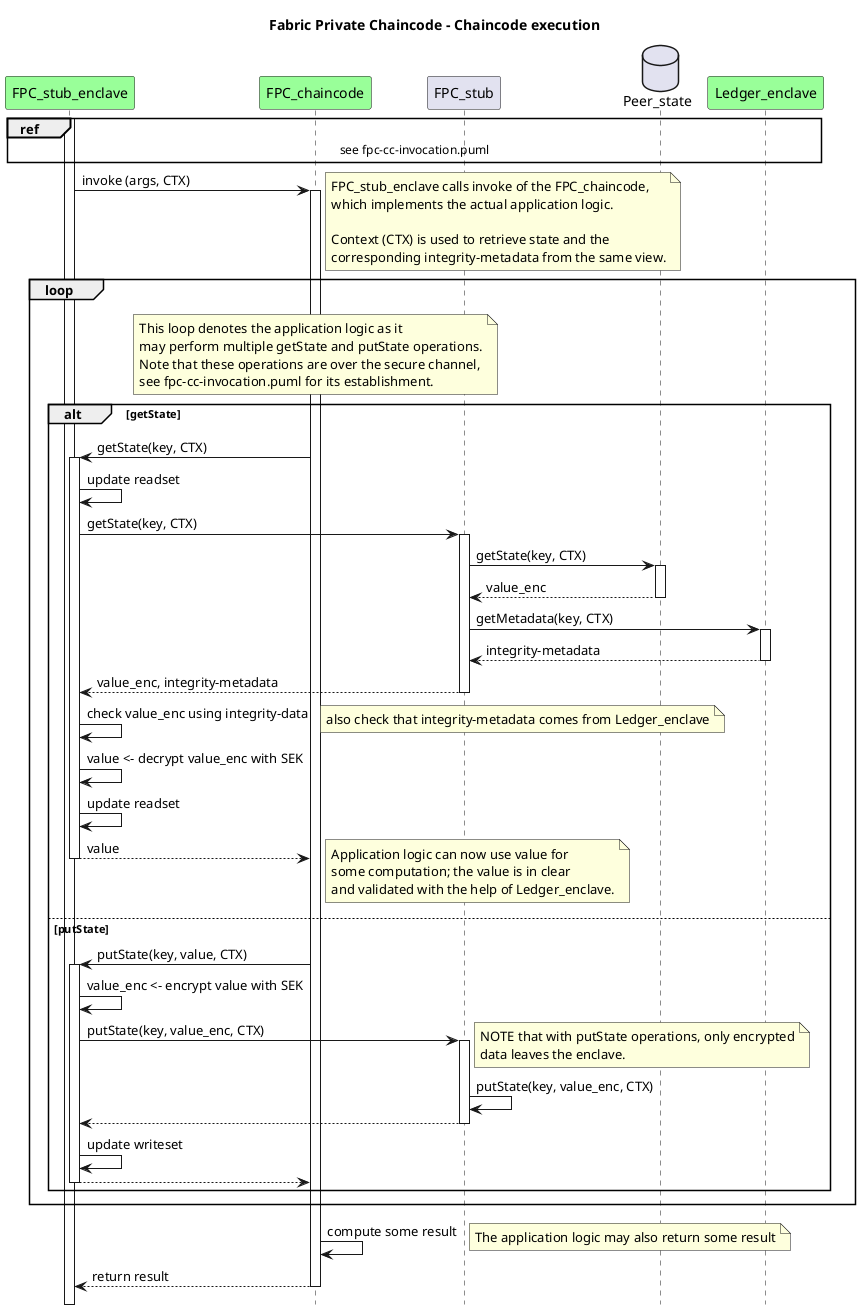
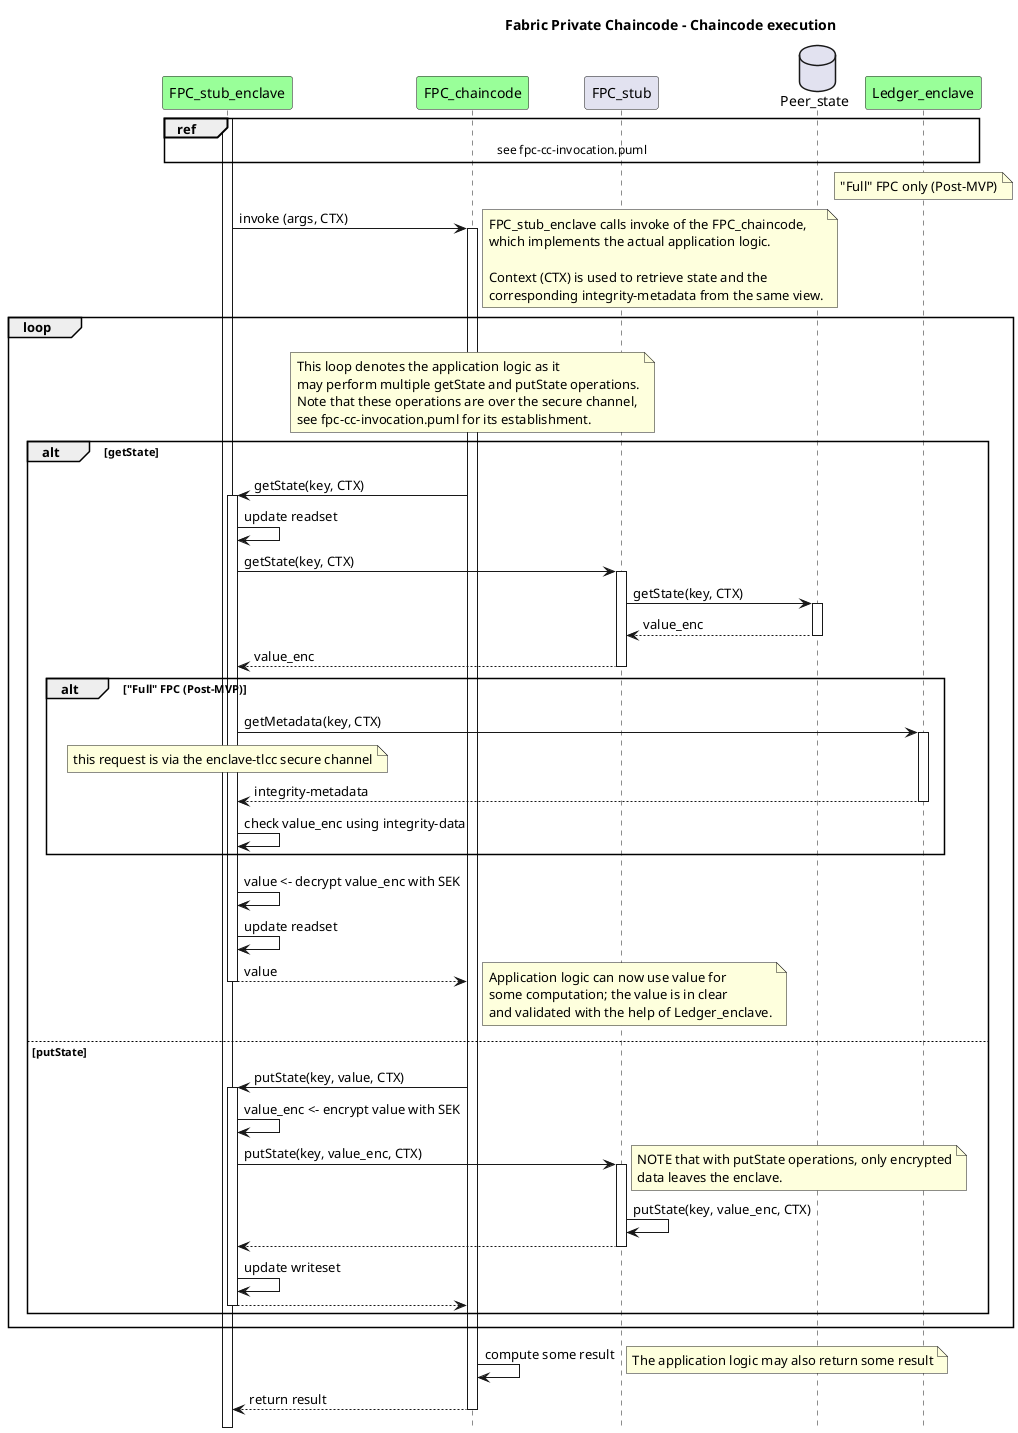
/'
    Copyright 2020 Intel Corporation
    Copyright IBM Corp. All Rights Reserved.

    SPDX-License-Identifier: Apache-2.0
'/

@startuml

'- force wrapping of longer text
'skinparam wrapWidth 400

!pragma teoz true

hide footbox
title Foot Box removed

title Fabric Private Chaincode - Chaincode execution

participant "FPC_stub_enclave" as Enclave1 order 10 #99FF99
participant "FPC_chaincode" as Chaincode order 30 #99FF99

participant "FPC_stub" as ECC1 order 31

database "Peer_state" as storage1 order 40
participant "Ledger_enclave" as TLCC1 order 41 #99FF99

activate Enclave1

ref over Enclave1, TLCC1
    see fpc-cc-invocation.puml
end

+ note over TLCC1
+   "Full" FPC only (Post-MVP)
+ end note
+ 

Enclave1 -> Chaincode : invoke (args, CTX)
activate Chaincode
note right
    FPC_stub_enclave calls invoke of the FPC_chaincode,
    which implements the actual application logic.

    Context (CTX) is used to retrieve state and the
    corresponding integrity-metadata from the same view.
end note

loop
  note over Chaincode
    This loop denotes the application logic as it
    may perform multiple getState and putState operations.
    Note that these operations are over the secure channel,
    see fpc-cc-invocation.puml for its establishment.
  end note

  alt getState
    Chaincode -> Enclave1 ++ : getState(key, CTX)
-     Enclave1 -> Enclave1 : update readset
-     Enclave1 -> ECC1 ++ : getState(key, CTX)
-     ECC1 -> storage1 ++ : getState(key, CTX)
-     return value_enc
-     ECC1 -> TLCC1 ++ : getMetadata(key, CTX)
-     return integrity-metadata
-     return value_enc, integrity-metadata
-     Enclave1 -> Enclave1 : check value_enc using integrity-data
+       Enclave1 -> Enclave1 : update readset
+       Enclave1 -> ECC1 ++ : getState(key, CTX)
+         ECC1 -> storage1 ++ : getState(key, CTX)
+         return value_enc
+         return value_enc
+       alt "Full" FPC (Post-MVP)
+         Enclave1 -> TLCC1 ++ : getMetadata(key, CTX)
+           note over Enclave1: this request is via the enclave-tlcc secure channel
+           return integrity-metadata
+         Enclave1 -> Enclave1 : check value_enc using integrity-data
+       end

-     note right: also check that integrity-metadata comes from Ledger_enclave
-     Enclave1 -> Enclave1 : value <- decrypt value_enc with SEK
-     Enclave1 -> Enclave1 : update readset
-     return value
+       Enclave1 -> Enclave1 : value <- decrypt value_enc with SEK
+       Enclave1 -> Enclave1 : update readset
+       return value
    note right
        Application logic can now use value for
        some computation; the value is in clear
        and validated with the help of Ledger_enclave.
    end note

- 
  else putState
    Chaincode -> Enclave1 ++ : putState(key, value, CTX)
-     Enclave1 -> Enclave1 : value_enc <- encrypt value with SEK
-     Enclave1 -> ECC1 ++: putState(key, value_enc, CTX)
-     note right
-         NOTE that with putState operations, only encrypted
-         data leaves the enclave.
-     end note
-     ECC1 -> ECC1 : putState(key, value_enc, CTX)
-     return
- 
-     Enclave1 -> Enclave1 : update writeset
-     return
- 
+       Enclave1 -> Enclave1 : value_enc <- encrypt value with SEK
+       Enclave1 -> ECC1 ++: putState(key, value_enc, CTX)
+         note right
+           NOTE that with putState operations, only encrypted
+           data leaves the enclave.
+         end note
+         ECC1 -> ECC1 : putState(key, value_enc, CTX)
+         return
+       Enclave1 -> Enclave1 : update writeset
+       return
  end
end

Chaincode -> Chaincode : compute some result
note right
    The application logic may also return some result
end note

Chaincode --> Enclave1 : return result
deactivate Chaincode

@enduml
